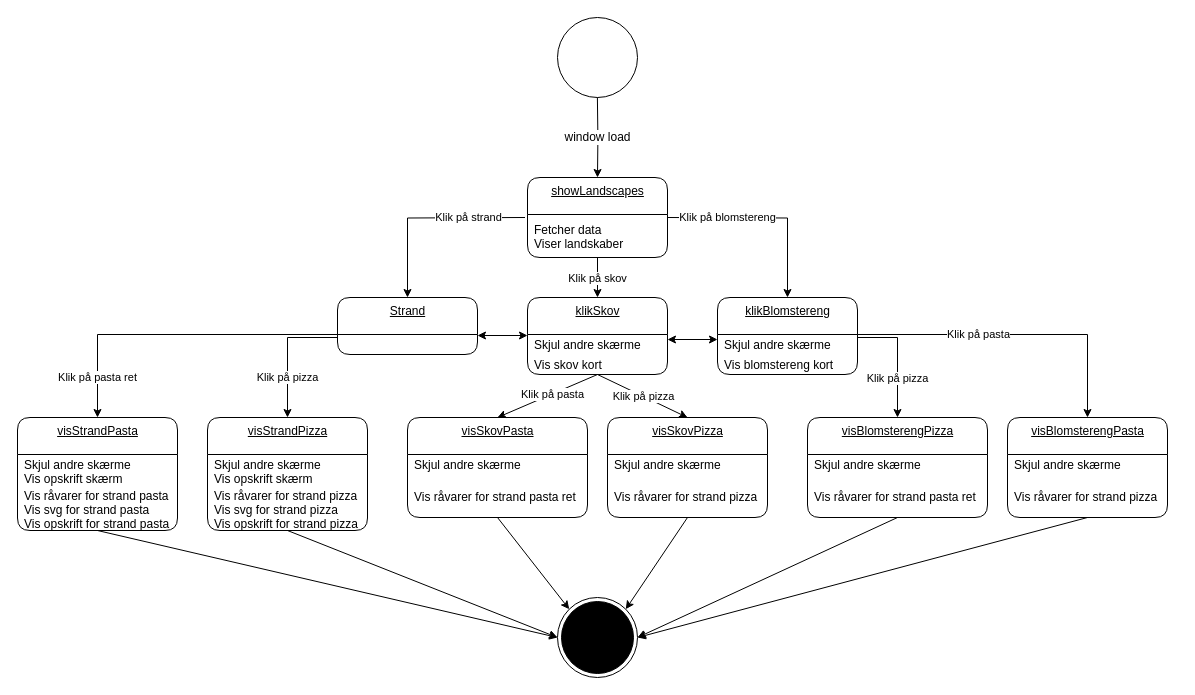
Onushkis/vild_mad_teme_7 keeps this draw.io diagram as dokumentation/state-machine-diagram.drawio. Above is the earlier version. Source tidied: cells renumbered, new cells numbered last; positions are measured from the earlier drawing's top-left corner, leaving out a move shared by most shapes. Both pictures are drawn from the tidied source at 100%, with x=0, y=0 at pixel (17, 17).
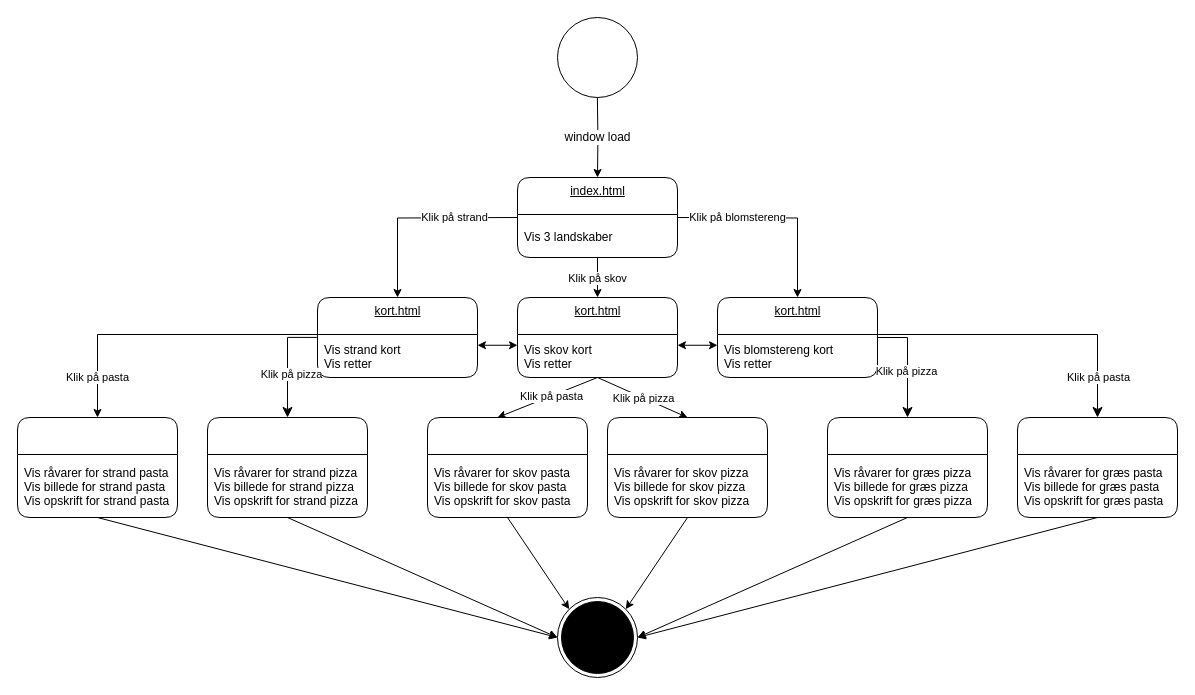
The same diagram, later.

Commit message:
Opdateret state machine diagram

The change refers to these unchanged cells:
```xml
<mxCell id="44" style="ellipse;html=1;shape=endState;fillColor=strokeColor;" parent="1" vertex="1">
  <mxGeometry x="540" y="580" width="80" height="80" as="geometry" />
</mxCell>
```

Change to the diagram source:
```diff
@@
-    <mxCell id="4" value="showLandscapes" style="swimlane;fontStyle=4;align=center;verticalAlign=top;horizontal=1;startSize=37;html=1;rounded=1;absoluteArcSize=1;arcSize=25;" parent="1" vertex="1">
-      <mxGeometry x="510" y="160" width="140" height="80" as="geometry" />
+    <mxCell id="4" value="index.html" style="swimlane;fontStyle=4;align=center;verticalAlign=top;horizontal=1;startSize=37;html=1;rounded=1;absoluteArcSize=1;arcSize=25;" parent="1" vertex="1">
+      <mxGeometry x="500" y="160" width="160" height="80" as="geometry" />
     </mxCell>
-    <mxCell id="5" value="Fetcher data&#10;Viser landskaber" style="fillColor=none;strokeColor=none;align=left;verticalAlign=middle;spacingLeft=5;" parent="4" vertex="1">
-      <mxGeometry y="37" width="140" height="43" as="geometry" />
+    <mxCell id="5" value="Vis 3 landskaber" style="fillColor=none;strokeColor=none;align=left;verticalAlign=middle;spacingLeft=5;" parent="4" vertex="1">
+      <mxGeometry y="37" width="160" height="43" as="geometry" />
     </mxCell>
-    <mxCell id="6" value="Strand" style="swimlane;fontStyle=4;align=center;verticalAlign=top;horizontal=1;startSize=37;html=1;rounded=1;absoluteArcSize=1;arcSize=25;" parent="1" vertex="1">
-      <mxGeometry x="320" y="280" width="140" height="57" as="geometry" />
-    </mxCell>
-    <mxCell id="7" value="klikSkov" style="swimlane;fontStyle=4;align=center;verticalAlign=top;horizontal=1;startSize=37;html=1;rounded=1;absoluteArcSize=1;arcSize=25;" parent="1" vertex="1">
-      <mxGeometry x="510" y="280" width="140" height="77" as="geometry" />
-    </mxCell>
-    <mxCell id="8" value="Skjul andre skærme" style="fillColor=none;strokeColor=none;align=left;verticalAlign=middle;spacingLeft=5;" parent="7" vertex="1">
-      <mxGeometry y="37" width="140" height="20" as="geometry" />
-    </mxCell>
-    <mxCell id="9" value="Vis skov kort" style="fillColor=none;strokeColor=none;align=left;verticalAlign=middle;spacingLeft=5;" parent="7" vertex="1">
-      <mxGeometry y="57" width="140" height="20" as="geometry" />
-    </mxCell>
-    <mxCell id="10" value="klikBlomstereng" style="swimlane;fontStyle=4;align=center;verticalAlign=top;horizontal=1;startSize=37;html=1;rounded=1;absoluteArcSize=1;arcSize=25;" parent="1" vertex="1">
-      <mxGeometry x="700" y="280" width="140" height="77" as="geometry" />
-    </mxCell>
-    <mxCell id="11" value="Skjul andre skærme" style="fillColor=none;strokeColor=none;align=left;verticalAlign=middle;spacingLeft=5;" parent="10" vertex="1">
-      <mxGeometry y="37" width="140" height="20" as="geometry" />
-    </mxCell>
-    <mxCell id="12" value="Vis blomstereng kort" style="fillColor=none;strokeColor=none;align=left;verticalAlign=middle;spacingLeft=5;" parent="10" vertex="1">
-      <mxGeometry y="57" width="140" height="20" as="geometry" />
-    </mxCell>
-    <mxCell id="13" value="Klik på strand" style="edgeStyle=orthogonalEdgeStyle;rounded=0;jettySize=auto;html=1;exitX=0;exitY=0;exitDx=0;exitDy=0;entryX=0.5;entryY=0;entryDx=0;entryDy=0;" parent="1" edge="1" target="6">
-      <mxGeometry x="-0.42" relative="1" as="geometry">
-        <mxPoint x="507.5" y="200" as="sourcePoint" />
+    <mxCell id="13" value="Klik på strand" style="edgeStyle=orthogonalEdgeStyle;rounded=0;jettySize=auto;html=1;entryX=0.5;entryY=0;entryDx=0;entryDy=0;" parent="1" edge="1" target="63">
+      <mxGeometry x="-0.37" relative="1" as="geometry">
+        <mxPoint x="500" y="200" as="sourcePoint" />
       </mxGeometry>
     </mxCell>
-    <mxCell id="14" value="Klik på blomstereng" style="edgeStyle=orthogonalEdgeStyle;rounded=0;jettySize=auto;html=1;exitX=0;exitY=0;exitDx=0;exitDy=0;entryX=0.5;entryY=0;entryDx=0;entryDy=0;" parent="1" edge="1" target="10">
+    <mxCell id="14" value="Klik på blomstereng" style="edgeStyle=orthogonalEdgeStyle;rounded=0;jettySize=auto;html=1;entryX=0.5;entryY=0;entryDx=0;entryDy=0;" parent="1" edge="1" target="61">
       <mxGeometry x="-0.4" relative="1" as="geometry">
-        <mxPoint x="650" y="200" as="sourcePoint" />
+        <mxPoint x="660" y="200" as="sourcePoint" />
       </mxGeometry>
     </mxCell>
-    <mxCell id="15" value="Klik på skov" style="edgeStyle=orthogonalEdgeStyle;rounded=0;jettySize=auto;html=1;entryX=0.5;entryY=0;entryDx=0;entryDy=0;exitX=0.5;exitY=1;exitDx=0;exitDy=0;" parent="1" edge="1" source="5" target="7">
-      <mxGeometry x="0.07" relative="1" as="geometry" />
+    <mxCell id="15" value="Klik på skov" style="edgeStyle=orthogonalEdgeStyle;rounded=0;jettySize=auto;html=1;exitX=0.5;exitY=1;exitDx=0;exitDy=0;" parent="1" edge="1" source="5">
+      <mxGeometry x="0.07" relative="1" as="geometry">
+        <mxPoint x="580" y="280" as="targetPoint" />
+      </mxGeometry>
     </mxCell>
-    <mxCell id="16" value="visStrandPizza" style="swimlane;fontStyle=4;align=center;verticalAlign=top;horizontal=1;startSize=37;html=1;rounded=1;absoluteArcSize=1;arcSize=25;" parent="1" vertex="1">
-      <mxGeometry x="190" y="400" width="160" height="113" as="geometry" />
-    </mxCell>
-    <mxCell id="17" value="Skjul andre skærme&#10;Vis opskrift skærm" style="fillColor=none;strokeColor=none;align=left;verticalAlign=middle;spacingLeft=5;" parent="16" vertex="1">
-      <mxGeometry y="37" width="160" height="33" as="geometry" />
-    </mxCell>
-    <mxCell id="18" value="Vis råvarer for strand pizza&#10;Vis svg for strand pizza&#10;Vis opskrift for strand pizza" style="fillColor=none;strokeColor=none;align=left;verticalAlign=middle;spacingLeft=5;" parent="16" vertex="1">
-      <mxGeometry y="70" width="160" height="43" as="geometry" />
-    </mxCell>
-    <mxCell id="19" value="visSkovPizza" style="swimlane;fontStyle=4;align=center;verticalAlign=top;horizontal=1;startSize=37;html=1;rounded=1;absoluteArcSize=1;arcSize=25;" parent="1" vertex="1">
+    <mxCell id="19" style="swimlane;fontStyle=4;align=center;verticalAlign=top;horizontal=1;startSize=37;html=1;rounded=1;absoluteArcSize=1;arcSize=25;" parent="1" vertex="1">
       <mxGeometry x="590" y="400" width="160" height="100" as="geometry" />
     </mxCell>
-    <mxCell id="20" value="Skjul andre skærme" style="fillColor=none;strokeColor=none;align=left;verticalAlign=middle;spacingLeft=5;" parent="19" vertex="1">
-      <mxGeometry y="37" width="160" height="20" as="geometry" />
+    <mxCell id="20" value="Vis råvarer for skov pizza&#10;Vis billede for skov pizza&#10;Vis opskrift for skov pizza" style="fillColor=none;strokeColor=none;align=left;verticalAlign=middle;spacingLeft=5;" parent="19" vertex="1">
+      <mxGeometry y="37" width="160" height="63" as="geometry" />
     </mxCell>
-    <mxCell id="21" value="Vis råvarer for strand pizza" style="fillColor=none;strokeColor=none;align=left;verticalAlign=middle;spacingLeft=5;" parent="19" vertex="1">
-      <mxGeometry y="57" width="160" height="43" as="geometry" />
-    </mxCell>
-    <mxCell id="22" value="visSkovPasta" style="swimlane;fontStyle=4;align=center;verticalAlign=top;horizontal=1;startSize=37;html=1;rounded=1;absoluteArcSize=1;arcSize=25;" parent="1" vertex="1">
-      <mxGeometry x="390" y="400" width="180" height="100" as="geometry" />
-    </mxCell>
-    <mxCell id="23" value="Skjul andre skærme" style="fillColor=none;strokeColor=none;align=left;verticalAlign=middle;spacingLeft=5;" parent="22" vertex="1">
-      <mxGeometry y="37" width="180" height="20" as="geometry" />
-    </mxCell>
-    <mxCell id="24" value="Vis råvarer for strand pasta ret" style="fillColor=none;strokeColor=none;align=left;verticalAlign=middle;spacingLeft=5;" parent="22" vertex="1">
-      <mxGeometry y="57" width="180" height="43" as="geometry" />
-    </mxCell>
-    <mxCell id="25" value="visBlomsterengPasta" style="swimlane;fontStyle=4;align=center;verticalAlign=top;horizontal=1;startSize=37;html=1;rounded=1;absoluteArcSize=1;arcSize=25;" parent="1" vertex="1">
-      <mxGeometry x="990" y="400" width="160" height="100" as="geometry" />
-    </mxCell>
-    <mxCell id="26" value="Skjul andre skærme" style="fillColor=none;strokeColor=none;align=left;verticalAlign=middle;spacingLeft=5;" parent="25" vertex="1">
-      <mxGeometry y="37" width="160" height="20" as="geometry" />
-    </mxCell>
-    <mxCell id="27" value="Vis råvarer for strand pizza" style="fillColor=none;strokeColor=none;align=left;verticalAlign=middle;spacingLeft=5;" parent="25" vertex="1">
-      <mxGeometry y="57" width="160" height="43" as="geometry" />
-    </mxCell>
-    <mxCell id="28" value="visBlomsterengPizza" style="swimlane;fontStyle=4;align=center;verticalAlign=top;horizontal=1;startSize=37;html=1;rounded=1;absoluteArcSize=1;arcSize=25;" parent="1" vertex="1">
-      <mxGeometry x="790" y="400" width="180" height="100" as="geometry" />
-    </mxCell>
-    <mxCell id="29" value="Skjul andre skærme" style="fillColor=none;strokeColor=none;align=left;verticalAlign=middle;spacingLeft=5;" parent="28" vertex="1">
-      <mxGeometry y="37" width="180" height="20" as="geometry" />
-    </mxCell>
-    <mxCell id="30" value="Vis råvarer for strand pasta ret" style="fillColor=none;strokeColor=none;align=left;verticalAlign=middle;spacingLeft=5;" parent="28" vertex="1">
-      <mxGeometry y="57" width="180" height="43" as="geometry" />
-    </mxCell>
-    <mxCell id="31" value="Klik på pizza" style="edgeStyle=orthogonalEdgeStyle;rounded=0;jettySize=auto;html=1;exitX=0;exitY=0;exitDx=0;exitDy=0;entryX=0.5;entryY=0;entryDx=0;entryDy=0;" parent="1" edge="1" target="16">
-      <mxGeometry x="0.38" relative="1" as="geometry">
-        <mxPoint x="320" y="320" as="sourcePoint" />
-        <Array as="points">
-          <mxPoint x="270" y="320" />
-        </Array>
-      </mxGeometry>
-    </mxCell>
-    <mxCell id="32" value="Klik på pasta ret" style="edgeStyle=orthogonalEdgeStyle;rounded=0;orthogonalLoop=1;jettySize=auto;html=1;entryX=0.5;entryY=0;entryDx=0;entryDy=0;exitX=0;exitY=0;exitDx=0;exitDy=0;" parent="1" edge="1">
+    <mxCell id="32" value="Klik på pasta" style="edgeStyle=orthogonalEdgeStyle;rounded=0;orthogonalLoop=1;jettySize=auto;html=1;entryX=0.5;entryY=0;entryDx=0;entryDy=0;exitX=0;exitY=0;exitDx=0;exitDy=0;" parent="1" edge="1">
       <mxGeometry x="0.75" relative="1" as="geometry">
         <mxPoint x="320" y="317" as="sourcePoint" />
         <mxPoint x="80" y="400" as="targetPoint" />
         <Array as="points">
           <mxPoint x="80" y="317" />
         </Array>
       </mxGeometry>
     </mxCell>
-    <mxCell id="33" value="visStrandPasta" style="swimlane;fontStyle=4;align=center;verticalAlign=top;horizontal=1;startSize=37;html=1;rounded=1;absoluteArcSize=1;arcSize=25;" parent="1" vertex="1">
-      <mxGeometry y="400" width="160" height="113" as="geometry" />
-    </mxCell>
-    <mxCell id="34" value="Skjul andre skærme&#10;Vis opskrift skærm" style="fillColor=none;strokeColor=none;align=left;verticalAlign=middle;spacingLeft=5;" parent="33" vertex="1">
-      <mxGeometry y="37" width="160" height="33" as="geometry" />
-    </mxCell>
-    <mxCell id="35" value="Vis råvarer for strand pasta&#10;Vis svg for strand pasta&#10;Vis opskrift for strand pasta" style="fillColor=none;strokeColor=none;align=left;verticalAlign=middle;spacingLeft=5;" parent="33" vertex="1">
-      <mxGeometry y="70" width="160" height="43" as="geometry" />
-    </mxCell>
-    <mxCell id="36" value="Klik på pizza" style="edgeStyle=orthogonalEdgeStyle;rounded=0;jettySize=auto;html=1;exitX=1;exitY=0.5;exitDx=0;exitDy=0;entryX=0.5;entryY=0;entryDx=0;entryDy=0;" parent="1" edge="1" source="11">
-      <mxGeometry x="0.38" relative="1" as="geometry">
-        <mxPoint x="880" y="400" as="targetPoint" />
-        <Array as="points">
-          <mxPoint x="840" y="320" />
-          <mxPoint x="880" y="320" />
-        </Array>
-      </mxGeometry>
-    </mxCell>
-    <mxCell id="37" value="Klik på pasta" style="edgeStyle=orthogonalEdgeStyle;rounded=0;jettySize=auto;html=1;exitX=1;exitY=0;exitDx=0;exitDy=0;entryX=0.5;entryY=0;entryDx=0;entryDy=0;" parent="1" edge="1" source="11">
-      <mxGeometry x="-0.23" relative="1" as="geometry">
-        <mxPoint x="1070" y="400" as="targetPoint" />
-        <Array as="points">
-          <mxPoint x="1070" y="317" />
-        </Array>
-      </mxGeometry>
-    </mxCell>
-    <mxCell id="38" style="endArrow=classic;startArrow=classic;html=1;entryX=0;entryY=0.25;entryDx=0;entryDy=0;exitX=1;exitY=0.25;exitDx=0;exitDy=0;" parent="1" edge="1" source="8" target="11">
+    <mxCell id="38" style="endArrow=classic;startArrow=classic;html=1;entryX=0;entryY=0.25;entryDx=0;entryDy=0;exitX=1;exitY=0.25;exitDx=0;exitDy=0;" parent="1" edge="1" source="66" target="62">
       <mxGeometry relative="1" as="geometry" />
     </mxCell>
-    <mxCell id="39" style="endArrow=classic;startArrow=classic;html=1;entryX=0;entryY=0.25;entryDx=0;entryDy=0;exitX=1;exitY=0.25;exitDx=0;exitDy=0;" parent="1" edge="1">
-      <mxGeometry relative="1" as="geometry">
-        <mxPoint x="460" y="318" as="sourcePoint" />
-        <mxPoint x="510" y="318" as="targetPoint" />
-      </mxGeometry>
+    <mxCell id="39" style="endArrow=classic;startArrow=classic;html=1;entryX=0;entryY=0.25;entryDx=0;entryDy=0;exitX=1;exitY=0.25;exitDx=0;exitDy=0;" parent="1" edge="1" source="64" target="66">
+      <mxGeometry relative="1" as="geometry" />
     </mxCell>
-    <mxCell id="40" style="endArrow=classic;html=1;exitX=0.5;exitY=1;exitDx=0;exitDy=0;entryX=0.5;entryY=0;entryDx=0;entryDy=0;" parent="1" edge="1" source="9" target="19">
+    <mxCell id="40" style="endArrow=classic;html=1;exitX=0.5;exitY=1;exitDx=0;exitDy=0;entryX=0.5;entryY=0;entryDx=0;entryDy=0;" parent="1" edge="1" source="65" target="19">
       <mxGeometry relative="1" as="geometry" />
     </mxCell>
@@
-    <mxCell id="42" style="endArrow=classic;html=1;exitX=0.5;exitY=1;exitDx=0;exitDy=0;entryX=0.5;entryY=0;entryDx=0;entryDy=0;" parent="1" edge="1" target="22">
+    <mxCell id="42" style="endArrow=classic;html=1;exitX=0.5;exitY=1;exitDx=0;exitDy=0;entryX=0.5;entryY=0;entryDx=0;entryDy=0;" parent="1" edge="1" source="66">
       <mxGeometry relative="1" as="geometry">
-        <mxPoint x="580" y="357" as="sourcePoint" />
+        <mxPoint x="480" y="400" as="targetPoint" />
       </mxGeometry>
     </mxCell>
@@
-    <mxCell id="45" style="endArrow=classic;html=1;entryX=0;entryY=0.5;entryDx=0;entryDy=0;exitX=0.5;exitY=1;exitDx=0;exitDy=0;" parent="1" edge="1" source="35" target="44">
+    <mxCell id="45" style="endArrow=classic;html=1;entryX=0;entryY=0.5;entryDx=0;entryDy=0;exitX=0.5;exitY=1;exitDx=0;exitDy=0;" parent="1" edge="1" source="56" target="44">
       <mxGeometry relative="1" as="geometry" />
     </mxCell>
-    <mxCell id="46" style="endArrow=classic;html=1;entryX=0;entryY=0.5;entryDx=0;entryDy=0;exitX=0.5;exitY=1;exitDx=0;exitDy=0;" parent="1" edge="1" source="18" target="44">
+    <mxCell id="46" style="endArrow=classic;html=1;entryX=0;entryY=0.5;entryDx=0;entryDy=0;exitX=0.5;exitY=1;exitDx=0;exitDy=0;" parent="1" edge="1" source="54" target="44">
       <mxGeometry relative="1" as="geometry" />
     </mxCell>
-    <mxCell id="47" style="endArrow=classic;html=1;entryX=1;entryY=0.5;entryDx=0;entryDy=0;exitX=0.5;exitY=1;exitDx=0;exitDy=0;" parent="1" edge="1" source="27" target="44">
+    <mxCell id="47" style="endArrow=classic;html=1;entryX=1;entryY=0.5;entryDx=0;entryDy=0;exitX=0.5;exitY=1;exitDx=0;exitDy=0;" parent="1" edge="1" source="60" target="44">
       <mxGeometry relative="1" as="geometry" />
     </mxCell>
-    <mxCell id="48" style="endArrow=classic;html=1;entryX=1;entryY=0.5;entryDx=0;entryDy=0;exitX=0.5;exitY=1;exitDx=0;exitDy=0;" parent="1" edge="1" source="30" target="44">
+    <mxCell id="48" style="endArrow=classic;html=1;entryX=1;entryY=0.5;entryDx=0;entryDy=0;exitX=0.5;exitY=1;exitDx=0;exitDy=0;" parent="1" edge="1" source="58" target="44">
       <mxGeometry relative="1" as="geometry" />
     </mxCell>
-    <mxCell id="49" style="endArrow=classic;html=1;entryX=0;entryY=0;entryDx=0;entryDy=0;exitX=0.5;exitY=1;exitDx=0;exitDy=0;" parent="1" edge="1" source="24" target="44">
+    <mxCell id="49" style="endArrow=classic;html=1;entryX=0;entryY=0;entryDx=0;entryDy=0;exitX=0.5;exitY=1;exitDx=0;exitDy=0;" parent="1" edge="1" source="52" target="44">
       <mxGeometry relative="1" as="geometry" />
     </mxCell>
-    <mxCell id="50" style="endArrow=classic;html=1;entryX=1;entryY=0;entryDx=0;entryDy=0;exitX=0.5;exitY=1;exitDx=0;exitDy=0;" parent="1" edge="1" source="21" target="44">
+    <mxCell id="50" style="endArrow=classic;html=1;entryX=1;entryY=0;entryDx=0;entryDy=0;exitX=0.5;exitY=1;exitDx=0;exitDy=0;" parent="1" edge="1" source="20" target="44">
       <mxGeometry relative="1" as="geometry" />
     </mxCell>
+    <mxCell id="51" style="swimlane;fontStyle=4;align=center;verticalAlign=top;horizontal=1;startSize=37;html=1;rounded=1;absoluteArcSize=1;arcSize=25;" parent="1" vertex="1">
+      <mxGeometry x="410" y="400" width="160" height="100" as="geometry" />
+    </mxCell>
+    <mxCell id="52" value="Vis råvarer for skov pasta&#10;Vis billede for skov pasta&#10;Vis opskrift for skov pasta" style="fillColor=none;strokeColor=none;align=left;verticalAlign=middle;spacingLeft=5;" parent="51" vertex="1">
+      <mxGeometry y="37" width="160" height="63" as="geometry" />
+    </mxCell>
+    <mxCell id="53" style="swimlane;fontStyle=4;align=center;verticalAlign=top;horizontal=1;startSize=37;html=1;rounded=1;absoluteArcSize=1;arcSize=25;" parent="1" vertex="1">
+      <mxGeometry x="190" y="400" width="160" height="100" as="geometry" />
+    </mxCell>
+    <mxCell id="54" value="Vis råvarer for strand pizza&#10;Vis billede for strand pizza&#10;Vis opskrift for strand pizza" style="fillColor=none;strokeColor=none;align=left;verticalAlign=middle;spacingLeft=5;" parent="53" vertex="1">
+      <mxGeometry y="37" width="160" height="63" as="geometry" />
+    </mxCell>
+    <mxCell id="55" style="swimlane;fontStyle=4;align=center;verticalAlign=top;horizontal=1;startSize=37;html=1;rounded=1;absoluteArcSize=1;arcSize=25;" parent="1" vertex="1">
+      <mxGeometry y="400" width="160" height="100" as="geometry" />
+    </mxCell>
+    <mxCell id="56" value="Vis råvarer for strand pasta&#10;Vis billede for strand pasta&#10;Vis opskrift for strand pasta" style="fillColor=none;strokeColor=none;align=left;verticalAlign=middle;spacingLeft=5;" parent="55" vertex="1">
+      <mxGeometry y="37" width="160" height="63" as="geometry" />
+    </mxCell>
+    <mxCell id="57" style="swimlane;fontStyle=4;align=center;verticalAlign=top;horizontal=1;startSize=37;html=1;rounded=1;absoluteArcSize=1;arcSize=25;" parent="1" vertex="1">
+      <mxGeometry x="810" y="400" width="160" height="100" as="geometry" />
+    </mxCell>
+    <mxCell id="58" value="Vis råvarer for græs pizza&#10;Vis billede for græs pizza&#10;Vis opskrift for græs pizza" style="fillColor=none;strokeColor=none;align=left;verticalAlign=middle;spacingLeft=5;" parent="57" vertex="1">
+      <mxGeometry y="37" width="160" height="63" as="geometry" />
+    </mxCell>
+    <mxCell id="59" style="swimlane;fontStyle=4;align=center;verticalAlign=top;horizontal=1;startSize=37;html=1;rounded=1;absoluteArcSize=1;arcSize=25;" parent="1" vertex="1">
+      <mxGeometry x="1000" y="400" width="160" height="100" as="geometry" />
+    </mxCell>
+    <mxCell id="60" value="Vis råvarer for græs pasta&#10;Vis billede for græs pasta&#10;Vis opskrift for græs pasta" style="fillColor=none;strokeColor=none;align=left;verticalAlign=middle;spacingLeft=5;" parent="59" vertex="1">
+      <mxGeometry y="37" width="160" height="63" as="geometry" />
+    </mxCell>
+    <mxCell id="61" value="kort.html" style="swimlane;fontStyle=4;align=center;verticalAlign=top;horizontal=1;startSize=37;html=1;rounded=1;absoluteArcSize=1;arcSize=25;" parent="1" vertex="1">
+      <mxGeometry x="700" y="280" width="160" height="80" as="geometry" />
+    </mxCell>
+    <mxCell id="62" value="Vis blomstereng kort&#10;Vis retter" style="fillColor=none;strokeColor=none;align=left;verticalAlign=middle;spacingLeft=5;" parent="61" vertex="1">
+      <mxGeometry y="37" width="160" height="43" as="geometry" />
+    </mxCell>
+    <mxCell id="63" value="kort.html" style="swimlane;fontStyle=4;align=center;verticalAlign=top;horizontal=1;startSize=37;html=1;rounded=1;absoluteArcSize=1;arcSize=25;" parent="1" vertex="1">
+      <mxGeometry x="300" y="280" width="160" height="80" as="geometry" />
+    </mxCell>
+    <mxCell id="64" value="Vis strand kort&#10;Vis retter" style="fillColor=none;strokeColor=none;align=left;verticalAlign=middle;spacingLeft=5;" parent="63" vertex="1">
+      <mxGeometry y="37" width="160" height="43" as="geometry" />
+    </mxCell>
+    <mxCell id="65" value="kort.html" style="swimlane;fontStyle=4;align=center;verticalAlign=top;horizontal=1;startSize=37;html=1;rounded=1;absoluteArcSize=1;arcSize=25;" parent="1" vertex="1">
+      <mxGeometry x="500" y="280" width="160" height="80" as="geometry" />
+    </mxCell>
+    <mxCell id="66" value="Vis skov kort&#10;Vis retter" style="fillColor=none;strokeColor=none;align=left;verticalAlign=middle;spacingLeft=5;" parent="65" vertex="1">
+      <mxGeometry y="37" width="160" height="43" as="geometry" />
+    </mxCell>
+    <mxCell id="67" style="edgeStyle=segmentEdgeStyle;endArrow=classic;html=1;curved=0;rounded=0;endSize=8;startSize=8;entryX=0.5;entryY=0;entryDx=0;entryDy=0;exitX=-0.004;exitY=0.068;exitDx=0;exitDy=0;exitPerimeter=0;" parent="1" edge="1" source="64" target="53">
+      <mxGeometry relative="1" as="geometry" />
+    </mxCell>
+    <mxCell id="68" value="Klik på pizza" style="edgeLabel;html=1;align=center;verticalAlign=middle;" parent="67" vertex="1">
+      <mxGeometry x="0.21" y="3" relative="1" as="geometry" />
+    </mxCell>
+    <mxCell id="69" style="edgeStyle=segmentEdgeStyle;endArrow=classic;html=1;curved=0;rounded=0;endSize=8;startSize=8;entryX=0.5;entryY=0;entryDx=0;entryDy=0;" parent="1" edge="1" target="57">
+      <mxGeometry relative="1" as="geometry">
+        <mxPoint x="860" y="320" as="sourcePoint" />
+      </mxGeometry>
+    </mxCell>
+    <mxCell id="70" value="Klik på pizza" style="edgeLabel;html=1;align=center;verticalAlign=middle;" parent="69" vertex="1">
+      <mxGeometry x="0.14" y="-2" relative="1" as="geometry" />
+    </mxCell>
+    <mxCell id="71" style="edgeStyle=segmentEdgeStyle;endArrow=classic;html=1;curved=0;rounded=0;endSize=8;startSize=8;exitX=1;exitY=0;exitDx=0;exitDy=0;entryX=0.5;entryY=0;entryDx=0;entryDy=0;" parent="1" edge="1" source="62" target="59">
+      <mxGeometry relative="1" as="geometry" />
+    </mxCell>
+    <mxCell id="37" value="Klik på pasta" style="edgeLabel;html=1;align=center;verticalAlign=middle;" parent="71" vertex="1">
+      <mxGeometry x="0.73" relative="1" as="geometry" />
+    </mxCell>
```
